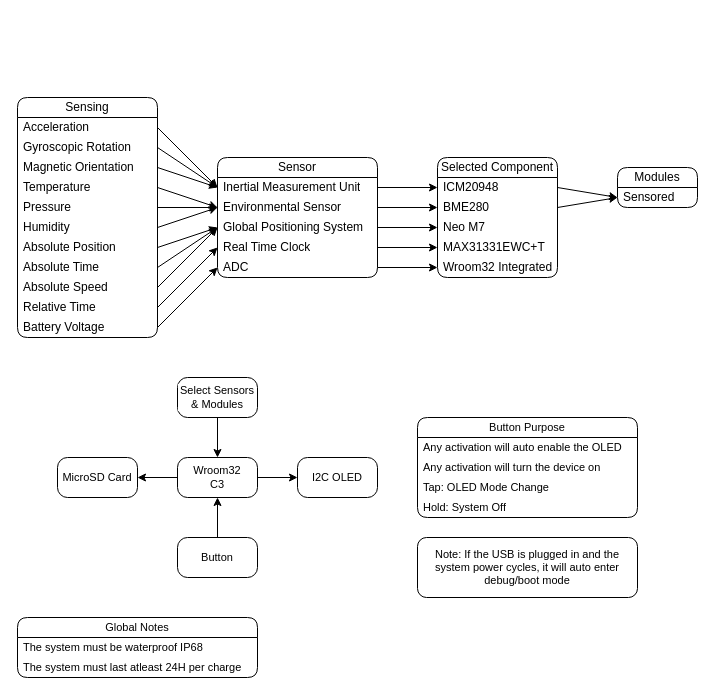
The draw.io diagram page "Brainstorm" (2 of 2) of Documents/Diagram.drawio in XCR1793/Aivacore, before the edit. Source tidied: cells renumbered, new cells numbered last; positions are measured from the earlier drawing's top-left corner, leaving out a move shared by most shapes. Both pictures are drawn from the tidied source at 100%, with x=0, y=0 at pixel (17, 97).
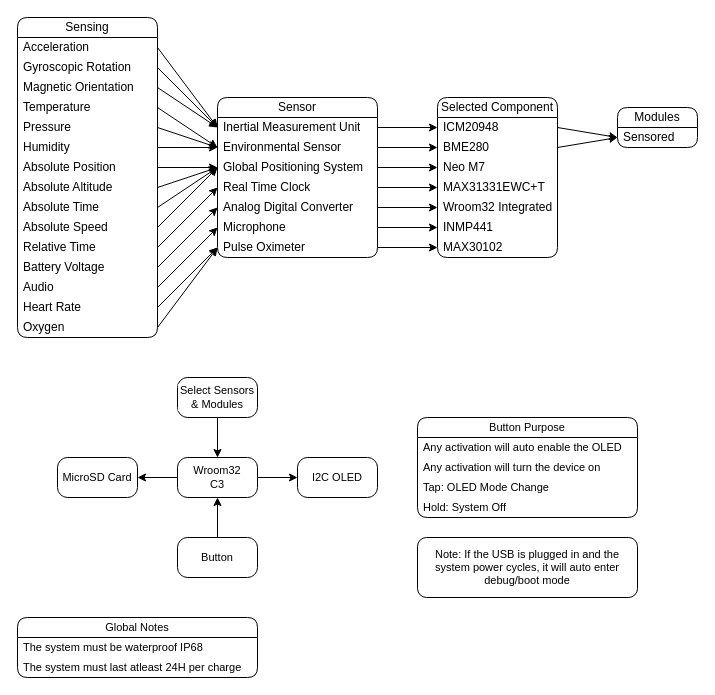
Above is the later version.

Commit message:
Added Microphone & Pulse Oximeter

The change refers to these unchanged cells:
```xml
<mxCell id="17" value="Global Positioning System" style="text;strokeColor=none;fillColor=none;align=left;verticalAlign=middle;spacingLeft=4;spacingRight=4;overflow=hidden;points=[[0,0.5],[1,0.5]];portConstraint=eastwest;whiteSpace=wrap;html=1;" parent="14" vertex="1">
  <mxGeometry y="60" width="160" height="20" as="geometry" />
</mxCell>
```

Diff of the diagram source:
```diff
@@
     <mxCell id="2" value="Sensing" style="swimlane;fontStyle=0;horizontal=1;startSize=20;whiteSpace=wrap;html=1;absoluteArcSize=1;rounded=1;" parent="1" vertex="1">
-      <mxGeometry width="140" height="240" as="geometry" />
+      <mxGeometry y="-80" width="140" height="320" as="geometry" />
     </mxCell>
@@
+    <mxCell id="64" value="Absolute Altitude" style="text;strokeColor=none;fillColor=none;align=left;verticalAlign=middle;spacingLeft=4;spacingRight=4;overflow=hidden;points=[[0,0.5],[1,0.5]];portConstraint=eastwest;whiteSpace=wrap;html=1;" parent="2" vertex="1">
+      <mxGeometry y="160" width="140" height="20" as="geometry" />
+    </mxCell>
     <mxCell id="10" value="Absolute Time" style="text;strokeColor=none;fillColor=none;align=left;verticalAlign=middle;spacingLeft=4;spacingRight=4;overflow=hidden;points=[[0,0.5],[1,0.5]];portConstraint=eastwest;whiteSpace=wrap;html=1;" parent="2" vertex="1">
-      <mxGeometry y="160" width="140" height="20" as="geometry" />
+      <mxGeometry y="180" width="140" height="20" as="geometry" />
     </mxCell>
     <mxCell id="11" value="Absolute Speed" style="text;strokeColor=none;fillColor=none;align=left;verticalAlign=middle;spacingLeft=4;spacingRight=4;overflow=hidden;points=[[0,0.5],[1,0.5]];portConstraint=eastwest;whiteSpace=wrap;html=1;" parent="2" vertex="1">
-      <mxGeometry y="180" width="140" height="20" as="geometry" />
+      <mxGeometry y="200" width="140" height="20" as="geometry" />
     </mxCell>
     <mxCell id="12" value="Relative Time" style="text;strokeColor=none;fillColor=none;align=left;verticalAlign=middle;spacingLeft=4;spacingRight=4;overflow=hidden;points=[[0,0.5],[1,0.5]];portConstraint=eastwest;whiteSpace=wrap;html=1;" parent="2" vertex="1">
-      <mxGeometry y="200" width="140" height="20" as="geometry" />
+      <mxGeometry y="220" width="140" height="20" as="geometry" />
     </mxCell>
     <mxCell id="13" value="Battery Voltage" style="text;strokeColor=none;fillColor=none;align=left;verticalAlign=middle;spacingLeft=4;spacingRight=4;overflow=hidden;points=[[0,0.5],[1,0.5]];portConstraint=eastwest;whiteSpace=wrap;html=1;" parent="2" vertex="1">
-      <mxGeometry y="220" width="140" height="20" as="geometry" />
+      <mxGeometry y="240" width="140" height="20" as="geometry" />
     </mxCell>
+    <mxCell id="65" value="Audio" style="text;strokeColor=none;fillColor=none;align=left;verticalAlign=middle;spacingLeft=4;spacingRight=4;overflow=hidden;points=[[0,0.5],[1,0.5]];portConstraint=eastwest;whiteSpace=wrap;html=1;" parent="2" vertex="1">
+      <mxGeometry y="260" width="140" height="20" as="geometry" />
+    </mxCell>
+    <mxCell id="66" value="Heart Rate" style="text;strokeColor=none;fillColor=none;align=left;verticalAlign=middle;spacingLeft=4;spacingRight=4;overflow=hidden;points=[[0,0.5],[1,0.5]];portConstraint=eastwest;whiteSpace=wrap;html=1;" parent="2" vertex="1">
+      <mxGeometry y="280" width="140" height="20" as="geometry" />
+    </mxCell>
+    <mxCell id="67" value="Oxygen" style="text;strokeColor=none;fillColor=none;align=left;verticalAlign=middle;spacingLeft=4;spacingRight=4;overflow=hidden;points=[[0,0.5],[1,0.5]];portConstraint=eastwest;whiteSpace=wrap;html=1;" parent="2" vertex="1">
+      <mxGeometry y="300" width="140" height="20" as="geometry" />
+    </mxCell>
     <mxCell id="14" value="Sensor" style="swimlane;fontStyle=0;horizontal=1;startSize=20;whiteSpace=wrap;html=1;absoluteArcSize=1;rounded=1;" parent="1" vertex="1">
-      <mxGeometry x="200" y="60" width="160" height="120" as="geometry" />
+      <mxGeometry x="200" width="160" height="160" as="geometry" />
     </mxCell>
@@
-    <mxCell id="19" value="ADC" style="text;strokeColor=none;fillColor=none;align=left;verticalAlign=middle;spacingLeft=4;spacingRight=4;overflow=hidden;points=[[0,0.5],[1,0.5]];portConstraint=eastwest;whiteSpace=wrap;html=1;" parent="14" vertex="1">
+    <mxCell id="19" value="Analog Digital Converter" style="text;strokeColor=none;fillColor=none;align=left;verticalAlign=middle;spacingLeft=4;spacingRight=4;overflow=hidden;points=[[0,0.5],[1,0.5]];portConstraint=eastwest;whiteSpace=wrap;html=1;" parent="14" vertex="1">
       <mxGeometry y="100" width="160" height="20" as="geometry" />
     </mxCell>
+    <mxCell id="68" value="Microphone" style="text;strokeColor=none;fillColor=none;align=left;verticalAlign=middle;spacingLeft=4;spacingRight=4;overflow=hidden;points=[[0,0.5],[1,0.5]];portConstraint=eastwest;whiteSpace=wrap;html=1;" parent="14" vertex="1">
+      <mxGeometry y="120" width="160" height="20" as="geometry" />
+    </mxCell>
+    <mxCell id="69" value="Pulse Oximeter" style="text;strokeColor=none;fillColor=none;align=left;verticalAlign=middle;spacingLeft=4;spacingRight=4;overflow=hidden;points=[[0,0.5],[1,0.5]];portConstraint=eastwest;whiteSpace=wrap;html=1;" parent="14" vertex="1">
+      <mxGeometry y="140" width="160" height="20" as="geometry" />
+    </mxCell>
@@
     <mxCell id="30" value="Selected Component" style="swimlane;fontStyle=0;horizontal=1;startSize=20;whiteSpace=wrap;html=1;absoluteArcSize=1;rounded=1;" parent="1" vertex="1">
-      <mxGeometry x="420" y="60" width="120" height="120" as="geometry" />
+      <mxGeometry x="420" width="120" height="160" as="geometry" />
     </mxCell>
@@
+    <mxCell id="70" value="INMP441" style="text;strokeColor=none;fillColor=none;align=left;verticalAlign=middle;spacingLeft=4;spacingRight=4;overflow=hidden;points=[[0,0.5],[1,0.5]];portConstraint=eastwest;whiteSpace=wrap;html=1;" parent="30" vertex="1">
+      <mxGeometry y="120" width="120" height="20" as="geometry" />
+    </mxCell>
+    <mxCell id="71" value="MAX30102" style="text;strokeColor=none;fillColor=none;align=left;verticalAlign=middle;spacingLeft=4;spacingRight=4;overflow=hidden;points=[[0,0.5],[1,0.5]];portConstraint=eastwest;whiteSpace=wrap;html=1;" parent="30" vertex="1">
+      <mxGeometry y="140" width="120" height="20" as="geometry" />
+    </mxCell>
@@
     <mxCell id="40" value="Modules" style="swimlane;fontStyle=0;horizontal=1;startSize=20;whiteSpace=wrap;html=1;absoluteArcSize=1;rounded=1;" parent="1" vertex="1">
-      <mxGeometry x="600" y="70" width="80" height="40" as="geometry" />
+      <mxGeometry x="600" y="10" width="80" height="40" as="geometry" />
     </mxCell>
@@
+    <mxCell id="72" style="rounded=0;jettySize=auto;html=1;exitX=1;exitY=0.5;exitDx=0;exitDy=0;entryX=0;entryY=0.5;entryDx=0;entryDy=0;" parent="1" edge="1" source="65" target="68">
+      <mxGeometry relative="1" as="geometry" />
+    </mxCell>
+    <mxCell id="73" style="edgeStyle=none;shape=connector;rounded=0;jettySize=auto;html=1;exitX=1;exitY=0.5;exitDx=0;exitDy=0;entryX=0;entryY=0.5;entryDx=0;entryDy=0;strokeColor=default;align=center;verticalAlign=middle;fontFamily=Helvetica;fontSize=11;fontColor=default;labelBackgroundColor=default;endArrow=classic;" parent="1" edge="1" source="68" target="70">
+      <mxGeometry relative="1" as="geometry" />
+    </mxCell>
+    <mxCell id="74" style="edgeStyle=none;shape=connector;rounded=0;jettySize=auto;html=1;exitX=1;exitY=0.5;exitDx=0;exitDy=0;entryX=0;entryY=0.5;entryDx=0;entryDy=0;strokeColor=default;align=center;verticalAlign=middle;fontFamily=Helvetica;fontSize=11;fontColor=default;labelBackgroundColor=default;endArrow=classic;" parent="1" edge="1" source="66" target="69">
+      <mxGeometry relative="1" as="geometry" />
+    </mxCell>
+    <mxCell id="75" style="edgeStyle=none;shape=connector;rounded=0;jettySize=auto;html=1;exitX=1;exitY=0.5;exitDx=0;exitDy=0;entryX=0;entryY=0.5;entryDx=0;entryDy=0;strokeColor=default;align=center;verticalAlign=middle;fontFamily=Helvetica;fontSize=11;fontColor=default;labelBackgroundColor=default;endArrow=classic;" parent="1" edge="1" source="69" target="71">
+      <mxGeometry relative="1" as="geometry" />
+    </mxCell>
+    <mxCell id="76" style="edgeStyle=none;shape=connector;rounded=0;jettySize=auto;html=1;exitX=1;exitY=0.5;exitDx=0;exitDy=0;entryX=0;entryY=0.5;entryDx=0;entryDy=0;strokeColor=default;align=center;verticalAlign=middle;fontFamily=Helvetica;fontSize=11;fontColor=default;labelBackgroundColor=default;endArrow=classic;" parent="1" edge="1" source="67" target="69">
+      <mxGeometry relative="1" as="geometry" />
+    </mxCell>
+    <mxCell id="77" style="edgeStyle=none;shape=connector;rounded=0;jettySize=auto;html=1;exitX=1;exitY=0.5;exitDx=0;exitDy=0;entryX=0;entryY=0.5;entryDx=0;entryDy=0;strokeColor=default;align=center;verticalAlign=middle;fontFamily=Helvetica;fontSize=11;fontColor=default;labelBackgroundColor=default;endArrow=classic;" parent="1" edge="1" source="64" target="17">
+      <mxGeometry relative="1" as="geometry" />
+    </mxCell>
```
